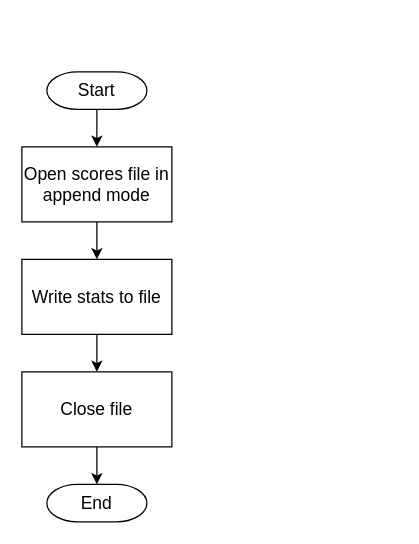
This is diagrams/algorithms/saveAndDeleteScoresAlgo.drawio from Bxnetic/wahtype, a draw.io file, before an edit. Source tidied: cells renumbered, new cells numbered last; positions are measured from the earlier drawing's top-left corner, leaving out a move shared by most shapes. Both pictures are drawn from the tidied source at 125%, with x=0, y=0 at pixel (21, 71).
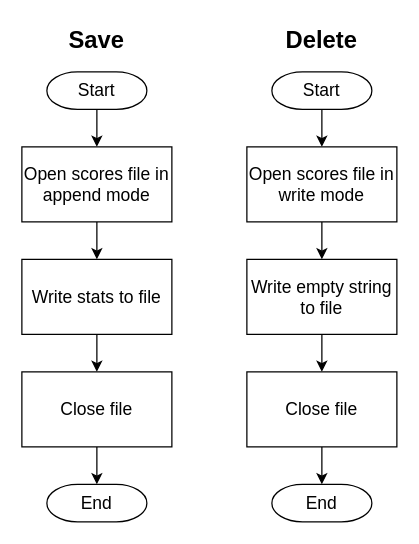
Above is the later version.

Diff of the diagram source:
```diff
@@
+    <mxCell id="11" value="Start" style="strokeWidth=1;html=1;shape=mxgraph.flowchart.terminator;whiteSpace=wrap;fontSize=14;" parent="1" vertex="1">
+      <mxGeometry x="200" width="80" height="30" as="geometry" />
+    </mxCell>
+    <mxCell id="12" style="edgeStyle=orthogonalEdgeStyle;rounded=0;jettySize=auto;html=1;exitX=0.5;exitY=1;exitDx=0;exitDy=0;exitPerimeter=0;entryX=0.5;entryY=0;entryDx=0;entryDy=0;" parent="1" edge="1" source="11">
+      <mxGeometry relative="1" as="geometry">
+        <mxPoint x="240" y="60" as="targetPoint" />
+      </mxGeometry>
+    </mxCell>
+    <mxCell id="13" value="Open scores file in write mode" style="rounded=0;whiteSpace=wrap;html=1;fontSize=14;" parent="1" vertex="1">
+      <mxGeometry x="180" y="60" width="120" height="60" as="geometry" />
+    </mxCell>
+    <mxCell id="14" style="edgeStyle=orthogonalEdgeStyle;rounded=0;jettySize=auto;html=1;exitX=0.5;exitY=1;exitDx=0;exitDy=0;entryX=0.5;entryY=0;entryDx=0;entryDy=0;" parent="1" edge="1" source="15" target="17">
+      <mxGeometry relative="1" as="geometry" />
+    </mxCell>
+    <mxCell id="15" value="Write empty string to file" style="rounded=0;whiteSpace=wrap;html=1;fontSize=14;" parent="1" vertex="1">
+      <mxGeometry x="180" y="150" width="120" height="60" as="geometry" />
+    </mxCell>
+    <mxCell id="16" style="edgeStyle=none;jettySize=auto;html=1;rounded=0;exitX=0.5;exitY=1;exitDx=0;exitDy=0;entryX=0.5;entryY=0;entryDx=0;entryDy=0;" parent="1" edge="1" source="13" target="15">
+      <mxGeometry relative="1" as="geometry" />
+    </mxCell>
+    <mxCell id="17" value="Close file" style="rounded=0;whiteSpace=wrap;html=1;fontSize=14;" parent="1" vertex="1">
+      <mxGeometry x="180" y="240" width="120" height="60" as="geometry" />
+    </mxCell>
+    <mxCell id="18" style="edgeStyle=orthogonalEdgeStyle;rounded=0;jettySize=auto;html=1;exitX=0.5;exitY=1;exitDx=0;exitDy=0;entryX=0.5;entryY=0;entryDx=0;entryDy=0;entryPerimeter=0;" parent="1" edge="1" target="19">
+      <mxGeometry relative="1" as="geometry">
+        <mxPoint x="240" y="300" as="sourcePoint" />
+      </mxGeometry>
+    </mxCell>
+    <mxCell id="19" value="End" style="strokeWidth=1;html=1;shape=mxgraph.flowchart.terminator;whiteSpace=wrap;fontSize=14;" parent="1" vertex="1">
+      <mxGeometry x="200" y="330" width="80" height="30" as="geometry" />
+    </mxCell>
+    <mxCell id="20" value="&lt;b&gt;Save&lt;/b&gt;" style="text;html=1;whiteSpace=wrap;strokeColor=none;fillColor=none;align=center;verticalAlign=middle;rounded=0;fontSize=19;fontFamily=Calibri;" parent="1" vertex="1">
+      <mxGeometry x="30" y="-40" width="60" height="30" as="geometry" />
+    </mxCell>
+    <mxCell id="21" value="&lt;b&gt;Delete&lt;/b&gt;" style="text;html=1;whiteSpace=wrap;strokeColor=none;fillColor=none;align=center;verticalAlign=middle;rounded=0;fontSize=19;fontFamily=Calibri;" parent="1" vertex="1">
+      <mxGeometry x="210" y="-40" width="60" height="30" as="geometry" />
+    </mxCell>
```
